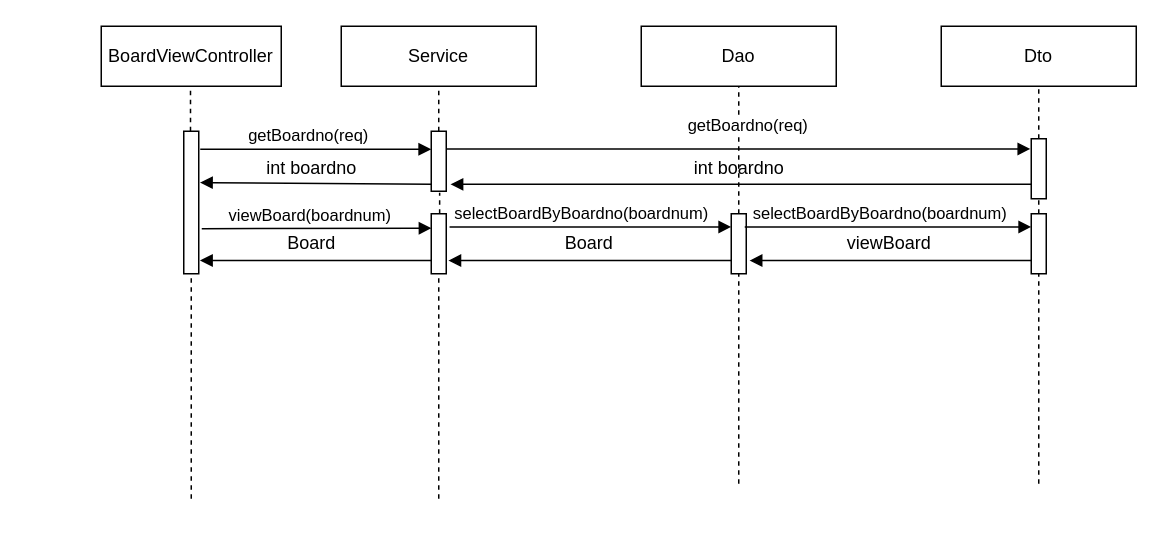
Before: document/BoardViewController.drawio in iamheonil/KHSemiProject, a draw.io diagram. Source tidied: cells renumbered, new cells numbered last; positions are measured from the earlier drawing's top-left corner, leaving out a move shared by most shapes. Both pictures are drawn from the tidied source at 150%, with x=0, y=0 at pixel (100, 26).
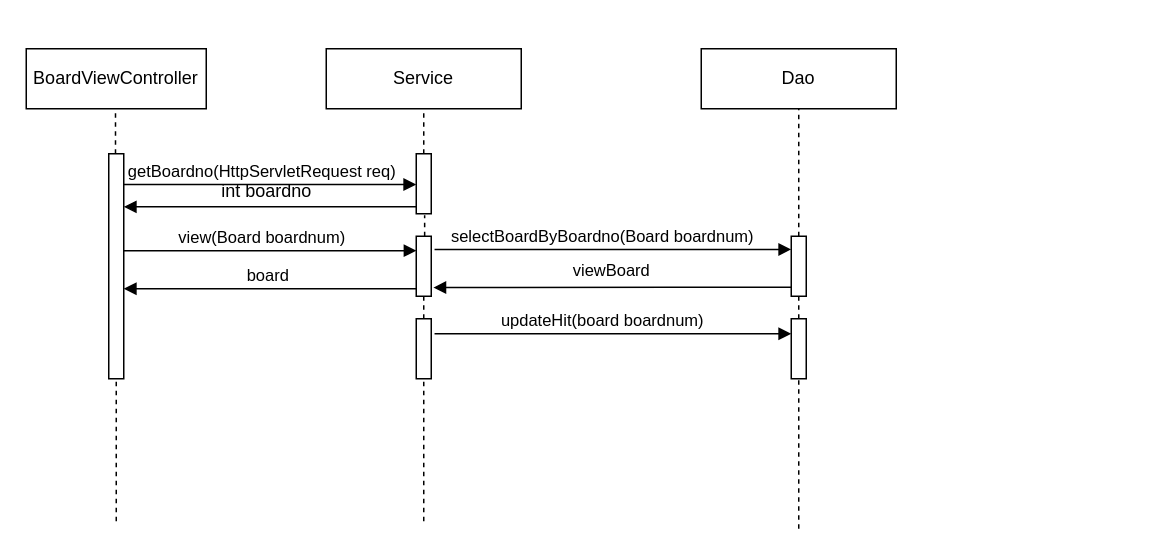
Above is the later version.

What changed in the source:
```diff
@@
     <mxCell id="2" value="BoardViewController" style="rounded=0;whiteSpace=wrap;html=1;" parent="1" vertex="1">
-      <mxGeometry width="120" height="40" as="geometry" />
+      <mxGeometry x="-50" y="15" width="120" height="40" as="geometry" />
     </mxCell>
     <mxCell id="3" value="Service" style="rounded=0;whiteSpace=wrap;html=1;" parent="1" vertex="1">
-      <mxGeometry x="160" width="130" height="40" as="geometry" />
+      <mxGeometry x="150" y="15" width="130" height="40" as="geometry" />
     </mxCell>
     <mxCell id="4" value="Dao" style="rounded=0;whiteSpace=wrap;html=1;" parent="1" vertex="1">
-      <mxGeometry x="360" width="130" height="40" as="geometry" />
+      <mxGeometry x="400" y="15" width="130" height="40" as="geometry" />
     </mxCell>
     <mxCell id="5" style="endArrow=none;dashed=1;html=1;" parent="1" edge="1">
       <mxGeometry relative="1" as="geometry">
-        <mxPoint x="59.5" y="70" as="sourcePoint" />
-        <mxPoint x="59.5" y="40" as="targetPoint" />
+        <mxPoint x="9.5" y="85" as="sourcePoint" />
+        <mxPoint x="9.5" y="55" as="targetPoint" />
       </mxGeometry>
     </mxCell>
     <mxCell id="6" style="endArrow=none;dashed=1;html=1;" parent="1" edge="1" target="10">
       <mxGeometry relative="1" as="geometry">
-        <mxPoint x="60" y="315" as="sourcePoint" />
+        <mxPoint x="10" y="330" as="sourcePoint" />
       </mxGeometry>
     </mxCell>
@@
     <mxCell id="10" style="html=1;points=[];perimeter=orthogonalPerimeter;" parent="1" vertex="1">
-      <mxGeometry x="55" y="70" width="10" height="95" as="geometry" />
+      <mxGeometry x="5" y="85" width="10" height="150" as="geometry" />
     </mxCell>
-    <mxCell id="11" value="getBoardno(req)" style="html=1;verticalAlign=bottom;endArrow=block;entryX=-0.06;entryY=0.17;entryDx=0;entryDy=0;entryPerimeter=0;" parent="1" edge="1" source="20" target="22">
-      <mxGeometry x="0.03" y="7" relative="1" as="geometry" />
-    </mxCell>
-    <mxCell id="12" style="html=1;verticalAlign=bottom;endArrow=block;entryX=1.28;entryY=0.885;entryDx=0;entryDy=0;entryPerimeter=0;" parent="1" edge="1" source="22" target="20">
-      <mxGeometry x="0.03" y="-3" relative="1" as="geometry" />
-    </mxCell>
-    <mxCell id="13" style="html=1;verticalAlign=bottom;endArrow=block;exitX=0;exitY=0.885;exitDx=0;exitDy=0;exitPerimeter=0;entryX=1.08;entryY=0.36;entryDx=0;entryDy=0;entryPerimeter=0;" parent="1" edge="1" source="20" target="10">
+    <mxCell id="13" style="html=1;verticalAlign=bottom;endArrow=block;exitX=0;exitY=0.885;exitDx=0;exitDy=0;exitPerimeter=0;" parent="1" edge="1" source="20" target="10">
       <mxGeometry x="0.03" y="-3" relative="1" as="geometry" />
     </mxCell>
     <mxCell id="14" style="html=1;points=[];perimeter=orthogonalPerimeter;" parent="1" vertex="1">
-      <mxGeometry x="220" y="125" width="10" height="40" as="geometry" />
+      <mxGeometry x="210" y="140" width="10" height="40" as="geometry" />
     </mxCell>
-    <mxCell id="15" style="endArrow=none;dashed=1;html=1;entryX=0.5;entryY=1;entryDx=0;entryDy=0;" parent="1" edge="1" target="14">
-      <mxGeometry relative="1" as="geometry">
-        <mxPoint x="225" y="315" as="sourcePoint" />
-      </mxGeometry>
+    <mxCell id="15" style="endArrow=none;dashed=1;html=1;entryX=0.5;entryY=1;entryDx=0;entryDy=0;" parent="1" edge="1" source="38" target="14">
+      <mxGeometry relative="1" as="geometry" />
     </mxCell>
     <mxCell id="16" style="html=1;points=[];perimeter=orthogonalPerimeter;" parent="1" vertex="1">
-      <mxGeometry x="420" y="125" width="10" height="40" as="geometry" />
+      <mxGeometry x="460" y="140" width="10" height="40" as="geometry" />
     </mxCell>
-    <mxCell id="17" style="endArrow=none;dashed=1;html=1;entryX=0.5;entryY=1;entryDx=0;entryDy=0;" parent="1" edge="1" target="16">
-      <mxGeometry relative="1" as="geometry">
-        <mxPoint x="425" y="305" as="sourcePoint" />
-      </mxGeometry>
+    <mxCell id="17" style="endArrow=none;dashed=1;html=1;entryX=0.5;entryY=1;entryDx=0;entryDy=0;" parent="1" edge="1" source="40" target="16">
+      <mxGeometry relative="1" as="geometry" />
     </mxCell>
-    <mxCell id="18" value="Dto" style="rounded=0;whiteSpace=wrap;html=1;" parent="1" vertex="1">
-      <mxGeometry x="560" width="130" height="40" as="geometry" />
-    </mxCell>
-    <mxCell id="19" style="endArrow=none;dashed=1;html=1;entryX=0.5;entryY=1;entryDx=0;entryDy=0;" parent="1" edge="1" source="22" target="18">
-      <mxGeometry relative="1" as="geometry" />
-    </mxCell>
     <mxCell id="20" style="html=1;points=[];perimeter=orthogonalPerimeter;" parent="1" vertex="1">
-      <mxGeometry x="220" y="70" width="10" height="40" as="geometry" />
+      <mxGeometry x="210" y="85" width="10" height="40" as="geometry" />
     </mxCell>
-    <mxCell id="21" value="getBoardno(req)" style="html=1;verticalAlign=bottom;endArrow=block;" parent="1" edge="1" target="20">
-      <mxGeometry x="-0.06" relative="1" as="geometry">
-        <mxPoint x="66" y="82" as="sourcePoint" />
-      </mxGeometry>
+    <mxCell id="21" value="getBoardno(HttpServletRequest req)" style="html=1;verticalAlign=bottom;endArrow=block;exitX=0.98;exitY=0.137;exitDx=0;exitDy=0;exitPerimeter=0;" parent="1" edge="1" source="10" target="20">
+      <mxGeometry x="-0.06" relative="1" as="geometry" />
     </mxCell>
-    <mxCell id="22" style="html=1;points=[];perimeter=orthogonalPerimeter;" parent="1" vertex="1">
-      <mxGeometry x="620" y="75" width="10" height="40" as="geometry" />
-    </mxCell>
-    <mxCell id="23" style="endArrow=none;dashed=1;html=1;entryX=0.5;entryY=1;entryDx=0;entryDy=0;" parent="1" edge="1" target="22">
-      <mxGeometry relative="1" as="geometry">
-        <mxPoint x="625" y="125" as="sourcePoint" />
-      </mxGeometry>
-    </mxCell>
-    <mxCell id="24" style="endArrow=none;dashed=1;html=1;entryX=0.5;entryY=1;entryDx=0;entryDy=0;" parent="1" edge="1">
-      <mxGeometry relative="1" as="geometry">
-        <mxPoint x="625" y="305" as="sourcePoint" />
-        <mxPoint x="625" y="165" as="targetPoint" />
-      </mxGeometry>
-    </mxCell>
-    <mxCell id="25" value="viewBoard(boardnum)" style="html=1;verticalAlign=bottom;endArrow=block;entryX=0.02;entryY=0.24;entryDx=0;entryDy=0;entryPerimeter=0;" parent="1" edge="1" target="14">
-      <mxGeometry x="-0.06" relative="1" as="geometry">
-        <mxPoint x="67" y="135" as="sourcePoint" />
-      </mxGeometry>
+    <mxCell id="25" value="view(Board boardnum)" style="html=1;verticalAlign=bottom;endArrow=block;entryX=0.02;entryY=0.24;entryDx=0;entryDy=0;entryPerimeter=0;" parent="1" edge="1" source="10" target="14">
+      <mxGeometry x="-0.06" relative="1" as="geometry" />
     </mxCell>
-    <mxCell id="26" style="html=1;verticalAlign=bottom;endArrow=block;entryX=1.08;entryY=0.907;entryDx=0;entryDy=0;entryPerimeter=0;" parent="1" edge="1" source="14" target="10">
-      <mxGeometry x="0.03" y="-3" relative="1" as="geometry" />
+    <mxCell id="26" style="html=1;verticalAlign=bottom;endArrow=block;" parent="1" edge="1" source="14" target="10">
+      <mxGeometry x="0.03" y="-3" relative="1" as="geometry">
+        <Array as="points">
+          <mxPoint x="150" y="175" />
+        </Array>
+      </mxGeometry>
     </mxCell>
-    <mxCell id="27" value="int boardno" style="text;html=1;align=center;verticalAlign=middle;" parent="1" vertex="1">
-      <mxGeometry x="385" y="85" width="80" height="20" as="geometry" />
-    </mxCell>
+    <mxCell id="37" value="board" style="edgeLabel;html=1;align=center;verticalAlign=middle;" parent="26" vertex="1">
+      <mxGeometry x="-0.05" relative="1" as="geometry">
+        <mxPoint x="-7" y="-10" as="offset" />
+      </mxGeometry>
+    </mxCell>
     <mxCell id="28" value="int boardno" style="text;html=1;align=center;verticalAlign=middle;" parent="1" vertex="1">
-      <mxGeometry x="100" y="85" width="80" height="20" as="geometry" />
+      <mxGeometry x="70" y="100" width="80" height="20" as="geometry" />
     </mxCell>
-    <mxCell id="29" value="selectBoardByBoardno(boardnum)" style="html=1;verticalAlign=bottom;endArrow=block;exitX=1.22;exitY=0.22;exitDx=0;exitDy=0;exitPerimeter=0;" parent="1" edge="1" source="14" target="16">
+    <mxCell id="29" value="selectBoardByBoardno(Board boardnum)" style="html=1;verticalAlign=bottom;endArrow=block;exitX=1.22;exitY=0.22;exitDx=0;exitDy=0;exitPerimeter=0;" parent="1" edge="1" source="14" target="16">
       <mxGeometry x="-0.06" relative="1" as="geometry" />
     </mxCell>
-    <mxCell id="30" value="Board" style="text;html=1;align=center;verticalAlign=middle;" parent="1" vertex="1">
-      <mxGeometry x="115" y="135" width="50" height="20" as="geometry" />
-    </mxCell>
-    <mxCell id="31" style="html=1;verticalAlign=bottom;endArrow=block;entryX=1.14;entryY=0.78;entryDx=0;entryDy=0;entryPerimeter=0;" parent="1" edge="1" source="16" target="14">
-      <mxGeometry x="0.03" y="-3" relative="1" as="geometry" />
+    <mxCell id="31" style="html=1;verticalAlign=bottom;endArrow=block;entryX=1.14;entryY=0.78;entryDx=0;entryDy=0;entryPerimeter=0;" parent="1" edge="1">
+      <mxGeometry x="0.03" y="-3" relative="1" as="geometry">
+        <mxPoint x="460" y="174" as="sourcePoint" />
+        <mxPoint x="221.4" y="174.2" as="targetPoint" />
+        <Array as="points">
+          <mxPoint x="390" y="174" />
+        </Array>
+      </mxGeometry>
     </mxCell>
-    <mxCell id="32" style="html=1;points=[];perimeter=orthogonalPerimeter;" parent="1" vertex="1">
-      <mxGeometry x="620" y="125" width="10" height="40" as="geometry" />
-    </mxCell>
-    <mxCell id="33" value="Board" style="text;html=1;align=center;verticalAlign=middle;" parent="1" vertex="1">
-      <mxGeometry x="300" y="135" width="50" height="20" as="geometry" />
-    </mxCell>
-    <mxCell id="34" value="selectBoardByBoardno(boardnum)" style="html=1;verticalAlign=bottom;endArrow=block;exitX=0.9;exitY=0.22;exitDx=0;exitDy=0;exitPerimeter=0;" parent="1" edge="1" source="16" target="32">
-      <mxGeometry x="-0.06" relative="1" as="geometry" />
-    </mxCell>
-    <mxCell id="35" style="html=1;verticalAlign=bottom;endArrow=block;entryX=1.22;entryY=0.78;entryDx=0;entryDy=0;entryPerimeter=0;" parent="1" edge="1" source="32" target="16">
-      <mxGeometry x="0.03" y="-3" relative="1" as="geometry" />
-    </mxCell>
-    <mxCell id="36" value="viewBoard" style="text;html=1;align=center;verticalAlign=middle;" parent="1" vertex="1">
-      <mxGeometry x="490" y="135" width="70" height="20" as="geometry" />
+    <mxCell id="36" value="viewBoard" style="edgeLabel;html=1;align=center;verticalAlign=middle;" parent="31" vertex="1">
+      <mxGeometry x="-0.08" y="1" relative="1" as="geometry">
+        <mxPoint x="-11" y="-12.2" as="offset" />
+      </mxGeometry>
     </mxCell>
+    <mxCell id="38" style="html=1;points=[];perimeter=orthogonalPerimeter;" parent="1" vertex="1">
+      <mxGeometry x="210" y="195" width="10" height="40" as="geometry" />
+    </mxCell>
+    <mxCell id="39" style="endArrow=none;dashed=1;html=1;entryX=0.5;entryY=1;entryDx=0;entryDy=0;" parent="1" edge="1" target="38">
+      <mxGeometry relative="1" as="geometry">
+        <mxPoint x="215" y="330" as="sourcePoint" />
+      </mxGeometry>
+    </mxCell>
+    <mxCell id="40" style="html=1;points=[];perimeter=orthogonalPerimeter;" parent="1" vertex="1">
+      <mxGeometry x="460" y="195" width="10" height="40" as="geometry" />
+    </mxCell>
+    <mxCell id="41" style="endArrow=none;dashed=1;html=1;entryX=0.5;entryY=1;entryDx=0;entryDy=0;" parent="1" edge="1" target="40">
+      <mxGeometry relative="1" as="geometry">
+        <mxPoint x="465" y="335" as="sourcePoint" />
+      </mxGeometry>
+    </mxCell>
+    <mxCell id="42" value="updateHit(board boardnum)" style="html=1;verticalAlign=bottom;endArrow=block;exitX=1.22;exitY=0.22;exitDx=0;exitDy=0;exitPerimeter=0;" parent="1" edge="1">
+      <mxGeometry x="-0.06" relative="1" as="geometry">
+        <mxPoint x="222.2" y="205" as="sourcePoint" />
+        <mxPoint x="460" y="205" as="targetPoint" />
+      </mxGeometry>
+    </mxCell>
```
